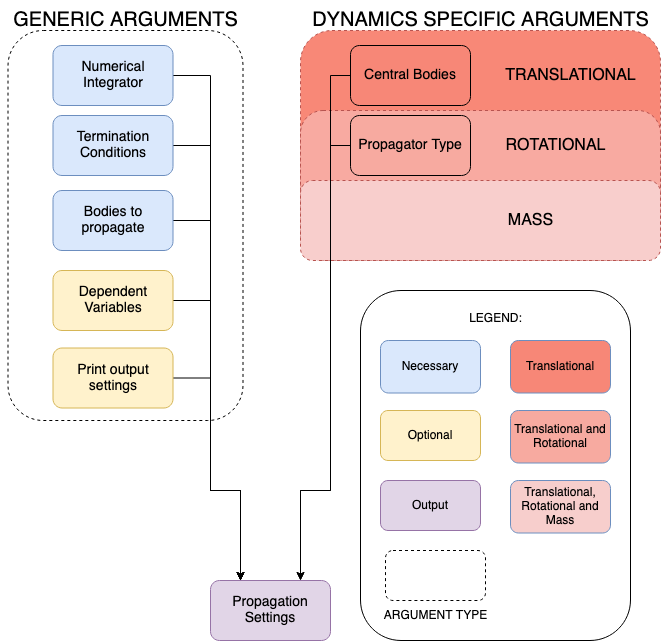
tudat-team/tudat-space keeps this draw.io diagram as docs/source/_src_user_guide/state_propagation/propagation_setup/_static/tudatpy_propagation_settings.png. Above is the earlier version. Source tidied: cells renumbered, new cells last; positions are measured from the earlier drawing's top-left corner, leaving out a move shared by most shapes.
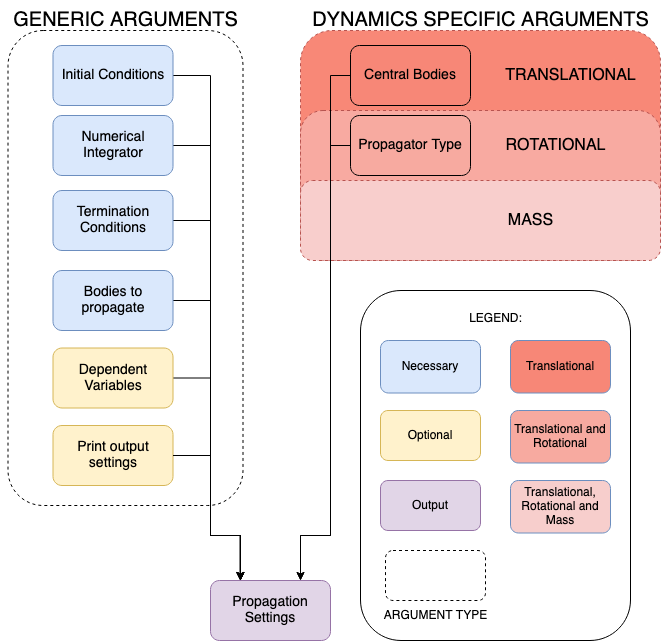
The same file after the commit.

Commit message:
Corrected figure to include initial conditions as necessary condition

Change to the diagram source:
```diff
@@ -9,7 +9,7 @@
       <mxGeometry x="210" y="580" width="120" height="60" as="geometry" />
     </mxCell>
     <mxCell id="4" style="rounded=1;whiteSpace=wrap;html=1;labelPosition=right;verticalLabelPosition=top;align=left;verticalAlign=bottom;fillColor=default;dashed=1;fontSize=16;" parent="1" vertex="1">
-      <mxGeometry x="7.5" y="30" width="235" height="390" as="geometry" />
+      <mxGeometry x="7.5" y="30" width="235" height="475" as="geometry" />
     </mxCell>
     <mxCell id="5" style="edgeStyle=orthogonalEdgeStyle;rounded=0;orthogonalLoop=1;jettySize=auto;html=1;fontSize=20;endArrow=none;" parent="1" edge="1">
       <mxGeometry relative="1" as="geometry">
@@ -27,60 +27,60 @@
       <mxGeometry relative="1" as="geometry">
         <Array as="points">
           <mxPoint x="210" y="75" />
-          <mxPoint x="210" y="490" />
-          <mxPoint x="240" y="490" />
+          <mxPoint x="210" y="535" />
+          <mxPoint x="240" y="535" />
         </Array>
       </mxGeometry>
     </mxCell>
-    <mxCell id="9" value="&lt;font style=&quot;font-size: 14px;&quot;&gt;Numerical Integrator&lt;/font&gt;" style="rounded=1;whiteSpace=wrap;html=1;fillColor=#dae8fc;strokeColor=#6c8ebf;" parent="1" vertex="1">
+    <mxCell id="9" value="&lt;font style=&quot;font-size: 14px;&quot;&gt;Initial Conditions&lt;/font&gt;" style="rounded=1;whiteSpace=wrap;html=1;fillColor=#dae8fc;strokeColor=#6c8ebf;" parent="1" vertex="1">
       <mxGeometry x="52.5" y="45" width="120" height="60" as="geometry" />
     </mxCell>
     <mxCell id="10" style="edgeStyle=orthogonalEdgeStyle;rounded=0;jettySize=auto;html=1;entryX=0.25;entryY=0;entryDx=0;entryDy=0;fontSize=20;exitX=1;exitY=0.5;exitDx=0;exitDy=0;" parent="1" edge="1" source="11" target="3">
       <mxGeometry relative="1" as="geometry">
         <Array as="points">
           <mxPoint x="210" y="145" />
-          <mxPoint x="210" y="490" />
-          <mxPoint x="240" y="490" />
+          <mxPoint x="210" y="535" />
+          <mxPoint x="240" y="535" />
         </Array>
       </mxGeometry>
     </mxCell>
-    <mxCell id="11" value="&lt;span style=&quot;font-size: 14px&quot;&gt;Termination Conditions&lt;/span&gt;" style="rounded=1;whiteSpace=wrap;html=1;fillColor=#dae8fc;strokeColor=#6c8ebf;" parent="1" vertex="1">
+    <mxCell id="11" value="&lt;font style=&quot;font-size: 14px;&quot;&gt;Numerical Integrator&lt;/font&gt;" style="rounded=1;whiteSpace=wrap;html=1;fillColor=#dae8fc;strokeColor=#6c8ebf;" parent="1" vertex="1">
       <mxGeometry x="52.5" y="115" width="120" height="60" as="geometry" />
     </mxCell>
     <mxCell id="12" style="edgeStyle=orthogonalEdgeStyle;rounded=0;jettySize=auto;html=1;entryX=0.25;entryY=0;entryDx=0;entryDy=0;fontSize=20;exitX=1;exitY=0.5;exitDx=0;exitDy=0;" parent="1" edge="1" source="13" target="3">
       <mxGeometry relative="1" as="geometry">
         <Array as="points">
           <mxPoint x="210" y="220" />
-          <mxPoint x="210" y="490" />
-          <mxPoint x="240" y="490" />
+          <mxPoint x="210" y="535" />
+          <mxPoint x="240" y="535" />
         </Array>
       </mxGeometry>
     </mxCell>
-    <mxCell id="13" value="&lt;span style=&quot;font-size: 14px&quot;&gt;Bodies to propagate&lt;/span&gt;" style="rounded=1;whiteSpace=wrap;html=1;fillColor=#dae8fc;strokeColor=#6c8ebf;" parent="1" vertex="1">
+    <mxCell id="13" value="&lt;span style=&quot;font-size: 14px&quot;&gt;Termination Conditions&lt;/span&gt;" style="rounded=1;whiteSpace=wrap;html=1;fillColor=#dae8fc;strokeColor=#6c8ebf;" parent="1" vertex="1">
       <mxGeometry x="52.5" y="190" width="120" height="60" as="geometry" />
     </mxCell>
     <mxCell id="14" style="edgeStyle=orthogonalEdgeStyle;rounded=0;jettySize=auto;html=1;fontSize=20;entryX=0.25;entryY=0;entryDx=0;entryDy=0;" parent="1" edge="1" source="15" target="3">
       <mxGeometry relative="1" as="geometry">
         <Array as="points">
           <mxPoint x="210" y="300" />
-          <mxPoint x="210" y="490" />
-          <mxPoint x="240" y="490" />
+          <mxPoint x="210" y="535" />
+          <mxPoint x="240" y="535" />
         </Array>
       </mxGeometry>
     </mxCell>
-    <mxCell id="15" value="&lt;span style=&quot;font-size: 14px&quot;&gt;Dependent Variables&lt;/span&gt;" style="rounded=1;whiteSpace=wrap;html=1;fillColor=#fff2cc;strokeColor=#d6b656;" parent="1" vertex="1">
+    <mxCell id="15" value="&lt;span style=&quot;font-size: 14px&quot;&gt;Bodies to propagate&lt;/span&gt;" style="rounded=1;whiteSpace=wrap;html=1;fillColor=#dae8fc;strokeColor=#6c8ebf;" parent="1" vertex="1">
       <mxGeometry x="52.5" y="270" width="120" height="60" as="geometry" />
     </mxCell>
     <mxCell id="16" style="edgeStyle=orthogonalEdgeStyle;rounded=0;jettySize=auto;html=1;entryX=0.25;entryY=0;entryDx=0;entryDy=0;fontSize=20;exitX=1;exitY=0.5;exitDx=0;exitDy=0;" parent="1" edge="1" source="17" target="3">
       <mxGeometry relative="1" as="geometry">
         <Array as="points">
-          <mxPoint x="210" y="377" />
-          <mxPoint x="210" y="490" />
-          <mxPoint x="240" y="490" />
+          <mxPoint x="210" y="378" />
+          <mxPoint x="210" y="535" />
+          <mxPoint x="240" y="535" />
         </Array>
       </mxGeometry>
     </mxCell>
-    <mxCell id="17" value="&lt;span style=&quot;font-size: 14px&quot;&gt;Print output&lt;br&gt;settings&lt;br&gt;&lt;/span&gt;" style="rounded=1;whiteSpace=wrap;html=1;fillColor=#fff2cc;strokeColor=#d6b656;" parent="1" vertex="1">
+    <mxCell id="17" value="&lt;span style=&quot;font-size: 14px&quot;&gt;Dependent Variables&lt;/span&gt;" style="rounded=1;whiteSpace=wrap;html=1;fillColor=#fff2cc;strokeColor=#d6b656;" parent="1" vertex="1">
       <mxGeometry x="52.5" y="347.5" width="120" height="60" as="geometry" />
     </mxCell>
     <mxCell id="18" style="rounded=1;whiteSpace=wrap;html=1;labelPosition=left;verticalLabelPosition=top;align=right;verticalAlign=bottom;" parent="1" vertex="1">
@@ -108,8 +108,8 @@
       <mxGeometry relative="1" as="geometry">
         <Array as="points">
           <mxPoint x="330" y="145" />
-          <mxPoint x="330" y="490" />
-          <mxPoint x="300" y="490" />
+          <mxPoint x="330" y="535" />
+          <mxPoint x="300" y="535" />
         </Array>
       </mxGeometry>
     </mxCell>
@@ -123,8 +123,8 @@
       <mxGeometry relative="1" as="geometry">
         <Array as="points">
           <mxPoint x="330" y="75" />
-          <mxPoint x="330" y="490" />
-          <mxPoint x="300" y="490" />
+          <mxPoint x="330" y="535" />
+          <mxPoint x="300" y="535" />
         </Array>
       </mxGeometry>
     </mxCell>
@@ -152,5 +152,18 @@
     <mxCell id="36" value="Translational, Rotational and Mass" style="rounded=1;whiteSpace=wrap;html=1;fillColor=#F7CECC;strokeColor=#6c8ebf;" parent="1" vertex="1">
       <mxGeometry x="510" y="480" width="100" height="52.5" as="geometry" />
     </mxCell>
+    <mxCell id="37" value="&lt;span style=&quot;font-size: 14px&quot;&gt;Print output&lt;br&gt;settings&lt;br&gt;&lt;/span&gt;" style="rounded=1;whiteSpace=wrap;html=1;fillColor=#fff2cc;strokeColor=#d6b656;" parent="1" vertex="1">
+      <mxGeometry x="52.5" y="425" width="120" height="60" as="geometry" />
+    </mxCell>
+    <mxCell id="38" style="edgeStyle=orthogonalEdgeStyle;rounded=0;jettySize=auto;html=1;entryX=0.25;entryY=0;entryDx=0;entryDy=0;fontSize=20;exitX=1;exitY=0.5;exitDx=0;exitDy=0;" parent="1" edge="1" source="37">
+      <mxGeometry relative="1" as="geometry">
+        <mxPoint x="239.5" y="580" as="targetPoint" />
+        <Array as="points">
+          <mxPoint x="210" y="455" />
+          <mxPoint x="210" y="535" />
+          <mxPoint x="240" y="535" />
+        </Array>
+      </mxGeometry>
+    </mxCell>
   </root>
 </mxGraphModel>
```
